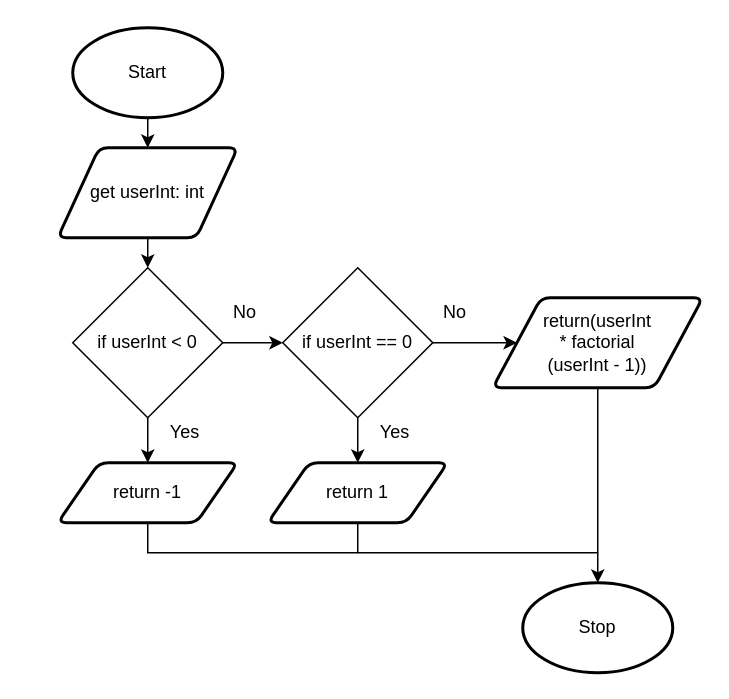
Aidan-Lalonde-Novales/ics4u-unit3-01-typescript keeps this draw.io diagram as drawio/flowchart.drawio. Above is the earlier version. Source tidied: cells renumbered, new cells numbered last; positions are measured from the earlier drawing's top-left corner, leaving out a move shared by most shapes. Both pictures are drawn from the tidied source at 150%, with x=0, y=0 at pixel (57, 27).
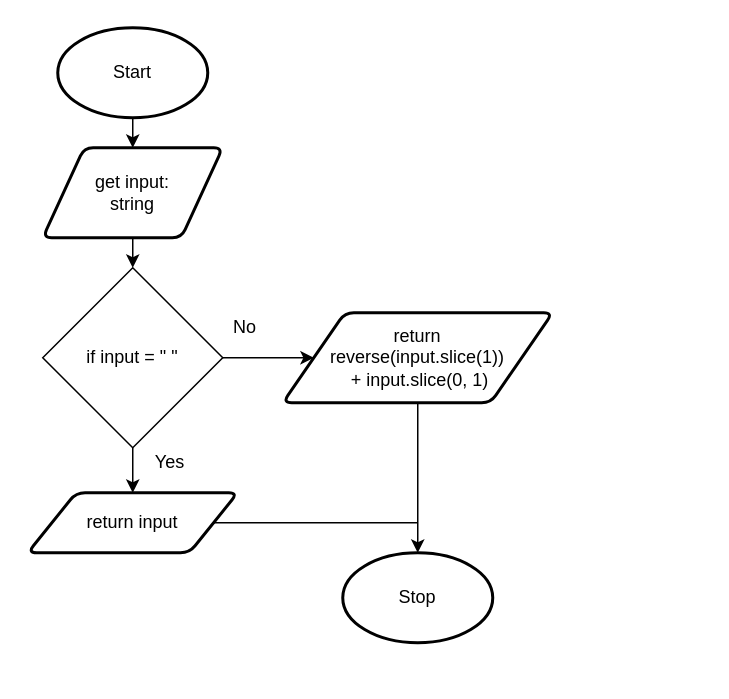
After the change.

Change to the diagram source:
```diff
@@
     <mxCell id="3" value="Start" style="strokeWidth=2;html=1;shape=mxgraph.flowchart.start_1;whiteSpace=wrap;" parent="1" vertex="1">
-      <mxGeometry x="10" width="100" height="60" as="geometry" />
+      <mxGeometry width="100" height="60" as="geometry" />
     </mxCell>
@@
-    <mxCell id="5" value="get userInt: int" style="shape=parallelogram;html=1;strokeWidth=2;perimeter=parallelogramPerimeter;whiteSpace=wrap;rounded=1;arcSize=12;size=0.23;" parent="1" vertex="1">
-      <mxGeometry y="80" width="120" height="60" as="geometry" />
+    <mxCell id="5" value="get input: &lt;br&gt;string" style="shape=parallelogram;html=1;strokeWidth=2;perimeter=parallelogramPerimeter;whiteSpace=wrap;rounded=1;arcSize=12;size=0.23;" parent="1" vertex="1">
+      <mxGeometry x="-10" y="80" width="120" height="60" as="geometry" />
     </mxCell>
     <mxCell id="6" value="Stop" style="strokeWidth=2;html=1;shape=mxgraph.flowchart.start_1;whiteSpace=wrap;" parent="1" vertex="1">
-      <mxGeometry x="310" y="370" width="100" height="60" as="geometry" />
+      <mxGeometry x="190" y="350" width="100" height="60" as="geometry" />
     </mxCell>
@@
-    <mxCell id="8" style="edgeStyle=none;html=1;exitX=0.5;exitY=1;exitDx=0;exitDy=0;" parent="1" edge="1" source="10">
-      <mxGeometry relative="1" as="geometry">
-        <mxPoint x="200" y="290" as="targetPoint" />
-      </mxGeometry>
-    </mxCell>
-    <mxCell id="9" style="edgeStyle=none;html=1;exitX=1;exitY=0.5;exitDx=0;exitDy=0;entryX=0;entryY=0.5;entryDx=0;entryDy=0;" parent="1" edge="1" source="10" target="14">
-      <mxGeometry relative="1" as="geometry" />
-    </mxCell>
-    <mxCell id="10" value="if userInt == 0" style="rhombus;whiteSpace=wrap;html=1;" parent="1" vertex="1">
-      <mxGeometry x="150" y="160" width="100" height="100" as="geometry" />
-    </mxCell>
-    <mxCell id="11" style="edgeStyle=none;rounded=0;html=1;exitX=0.5;exitY=1;exitDx=0;exitDy=0;endArrow=none;endFill=0;strokeWidth=1;" parent="1" edge="1" source="12">
-      <mxGeometry relative="1" as="geometry">
-        <mxPoint x="360" y="350" as="targetPoint" />
-        <Array as="points">
-          <mxPoint x="200" y="350" />
-        </Array>
-      </mxGeometry>
-    </mxCell>
-    <mxCell id="12" value="return 1" style="shape=parallelogram;html=1;strokeWidth=2;perimeter=parallelogramPerimeter;whiteSpace=wrap;rounded=1;arcSize=12;size=0.23;" parent="1" vertex="1">
-      <mxGeometry x="140" y="290" width="120" height="40" as="geometry" />
-    </mxCell>
-    <mxCell id="13" value="Yes" style="text;html=1;strokeColor=none;fillColor=none;align=center;verticalAlign=middle;whiteSpace=wrap;rounded=0;" parent="1" vertex="1">
-      <mxGeometry x="210" y="260" width="30" height="20" as="geometry" />
-    </mxCell>
-    <mxCell id="14" value="return(userInt &lt;br&gt;* factorial&lt;br&gt;(userInt - 1))" style="shape=parallelogram;html=1;strokeWidth=2;perimeter=parallelogramPerimeter;whiteSpace=wrap;rounded=1;arcSize=12;size=0.23;" parent="1" vertex="1">
-      <mxGeometry x="290" y="180" width="140" height="60" as="geometry" />
+    <mxCell id="14" value="return &lt;br&gt;reverse(input.slice(1))&lt;br&gt;&amp;nbsp;+ input.slice(0, 1)" style="shape=parallelogram;html=1;strokeWidth=2;perimeter=parallelogramPerimeter;whiteSpace=wrap;rounded=1;arcSize=12;size=0.23;" parent="1" vertex="1">
+      <mxGeometry x="150" y="190" width="180" height="60" as="geometry" />
     </mxCell>
-    <mxCell id="15" value="No" style="text;html=1;strokeColor=none;fillColor=none;align=center;verticalAlign=middle;whiteSpace=wrap;rounded=0;" parent="1" vertex="1">
-      <mxGeometry x="250" y="180" width="30" height="20" as="geometry" />
-    </mxCell>
-    <mxCell id="16" style="edgeStyle=none;html=1;exitX=1;exitY=0.5;exitDx=0;exitDy=0;entryX=0;entryY=0.5;entryDx=0;entryDy=0;" parent="1" edge="1" source="18" target="10">
+    <mxCell id="16" style="edgeStyle=none;html=1;exitX=1;exitY=0.5;exitDx=0;exitDy=0;entryX=0;entryY=0.5;entryDx=0;entryDy=0;" parent="1" edge="1" source="18" target="14">
       <mxGeometry relative="1" as="geometry" />
     </mxCell>
@@
-    <mxCell id="18" value="if userInt &amp;lt; 0" style="rhombus;whiteSpace=wrap;html=1;" parent="1" vertex="1">
-      <mxGeometry x="10" y="160" width="100" height="100" as="geometry" />
+    <mxCell id="18" value="if input = &quot; &quot;" style="rhombus;whiteSpace=wrap;html=1;" parent="1" vertex="1">
+      <mxGeometry x="-10" y="160" width="120" height="120" as="geometry" />
     </mxCell>
     <mxCell id="19" value="No" style="text;html=1;strokeColor=none;fillColor=none;align=center;verticalAlign=middle;whiteSpace=wrap;rounded=0;" parent="1" vertex="1">
-      <mxGeometry x="110" y="180" width="30" height="20" as="geometry" />
+      <mxGeometry x="110" y="190" width="30" height="20" as="geometry" />
     </mxCell>
-    <mxCell id="20" style="edgeStyle=none;rounded=0;html=1;exitX=0.5;exitY=1;exitDx=0;exitDy=0;strokeWidth=1;endArrow=none;endFill=0;" parent="1" edge="1" source="21">
-      <mxGeometry relative="1" as="geometry">
-        <mxPoint x="200" y="350" as="targetPoint" />
-        <Array as="points">
-          <mxPoint x="60" y="350" />
-          <mxPoint x="200" y="350" />
-        </Array>
-      </mxGeometry>
-    </mxCell>
+    <mxCell id="23" style="edgeStyle=none;rounded=0;html=1;exitX=1;exitY=0.5;exitDx=0;exitDy=0;endArrow=none;endFill=0;" parent="1" edge="1" source="21">
+      <mxGeometry relative="1" as="geometry">
+        <mxPoint x="240" y="330" as="targetPoint" />
+      </mxGeometry>
+    </mxCell>
-    <mxCell id="21" value="return -1" style="shape=parallelogram;html=1;strokeWidth=2;perimeter=parallelogramPerimeter;whiteSpace=wrap;rounded=1;arcSize=12;size=0.23;" parent="1" vertex="1">
-      <mxGeometry y="290" width="120" height="40" as="geometry" />
+    <mxCell id="21" value="return input" style="shape=parallelogram;html=1;strokeWidth=2;perimeter=parallelogramPerimeter;whiteSpace=wrap;rounded=1;arcSize=12;size=0.23;" parent="1" vertex="1">
+      <mxGeometry x="-20" y="310" width="140" height="40" as="geometry" />
     </mxCell>
     <mxCell id="22" value="Yes" style="text;html=1;strokeColor=none;fillColor=none;align=center;verticalAlign=middle;whiteSpace=wrap;rounded=0;" parent="1" vertex="1">
-      <mxGeometry x="70" y="260" width="30" height="20" as="geometry" />
+      <mxGeometry x="60" y="280" width="30" height="20" as="geometry" />
     </mxCell>
```
